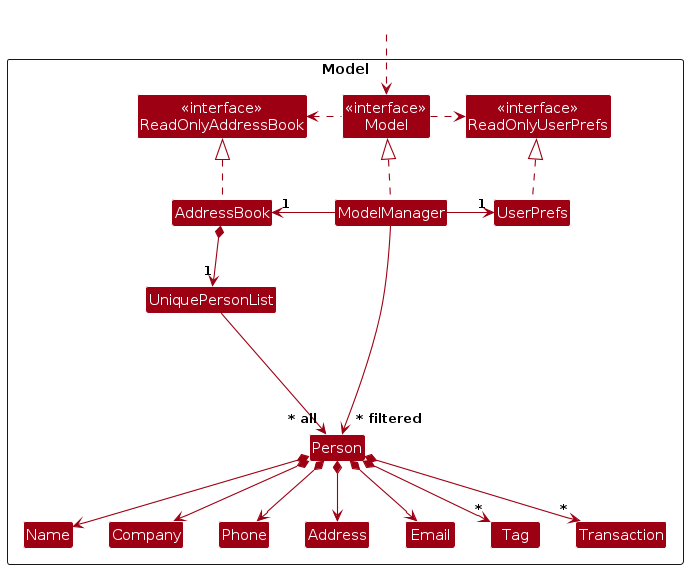
Before: diagrams/ModelClassDiagram.png, a diagram exported from PlantUML (reginateh/tp). Its source is kept beside it as diagrams/ModelClassDiagram.puml.
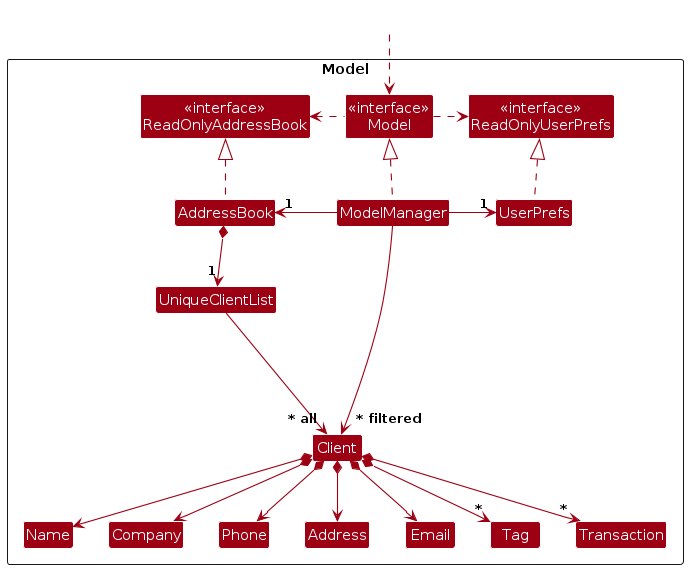
After the commit.

Diff of the diagram source:
```diff
@@ -12,8 +12,8 @@
 Class ModelManager
 Class UserPrefs
 
-Class UniquePersonList
-Class Person
+Class UniqueClientList
+Class Client
 Class Address
 Class Email
 Class Name
@@ -37,23 +37,23 @@
 ModelManager -right-> "1" UserPrefs
 UserPrefs .up.|> ReadOnlyUserPrefs
 
-AddressBook *--> "1" UniquePersonList
-UniquePersonList --> "~* all" Person
-Person *--> Name
-Person *--> Company
-Person *--> Phone
-Person *--> Email
-Person *--> Address
-Person *--> "*" Tag
-Person *--> "*" Transaction
+AddressBook *--> "1" UniqueClientList
+UniqueClientList --> "~* all" Client
+Client *--> Name
+Client *--> Company
+Client *--> Phone
+Client *--> Email
+Client *--> Address
+Client *--> "*" Tag
+Client *--> "*" Transaction
 
-Person -[hidden]up--> I
-UniquePersonList -[hidden]right-> I
+Client -[hidden]up--> I
+UniqueClientList -[hidden]right-> I
 
 Name -[hidden]right-> Company
 Company -[hidden]right-> Phone
 Phone -[hidden]right-> Address
 Address -[hidden]right-> Email
 
-ModelManager --> "~* filtered" Person
+ModelManager --> "~* filtered" Client
 @enduml
```
